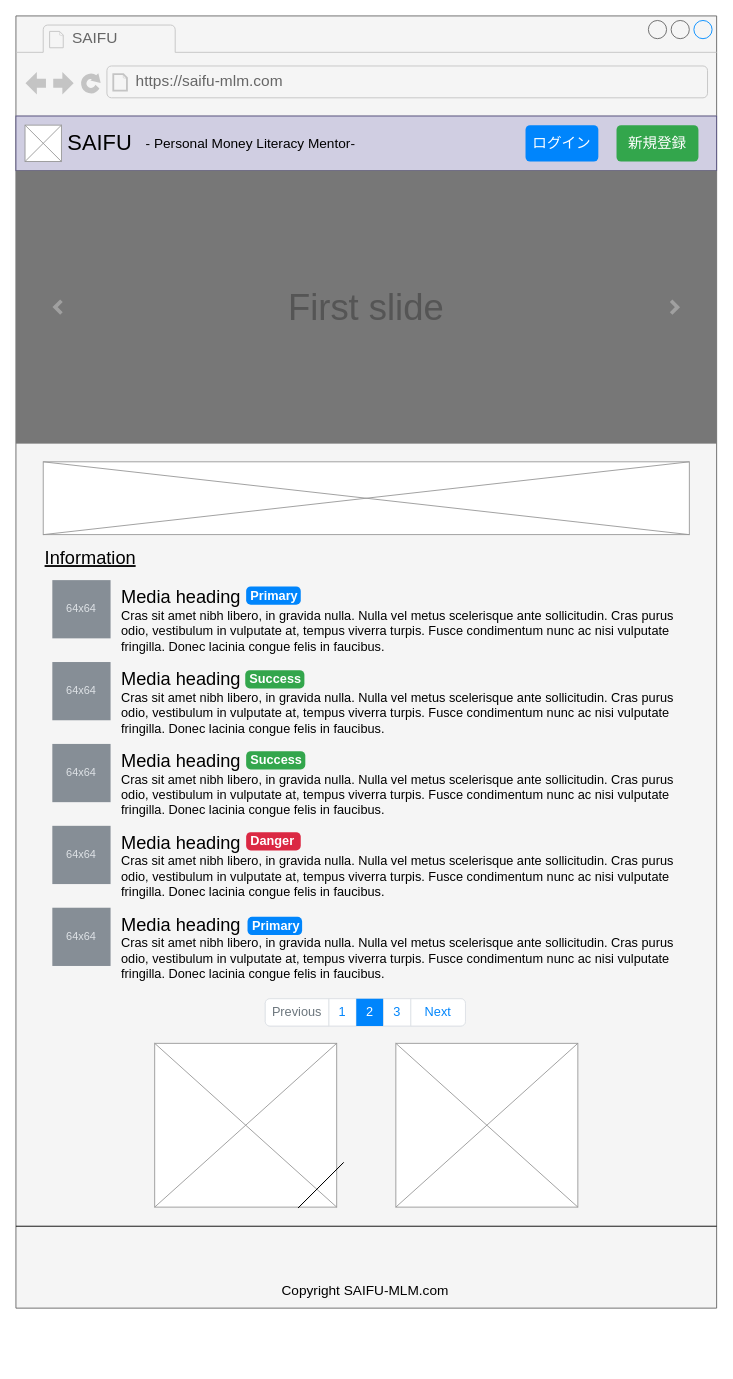
The draw.io diagram page "LandingPage" (5 of 5) of documents/SaifuDesign.drawio in JojiKoike/saifu, before the edit. Source tidied: cells renumbered, new cells numbered last; positions are measured from the earlier drawing's top-left corner, leaving out a move shared by most shapes. Both pictures are drawn from the tidied source at 91%, with x=0, y=0 at pixel (15, 15).
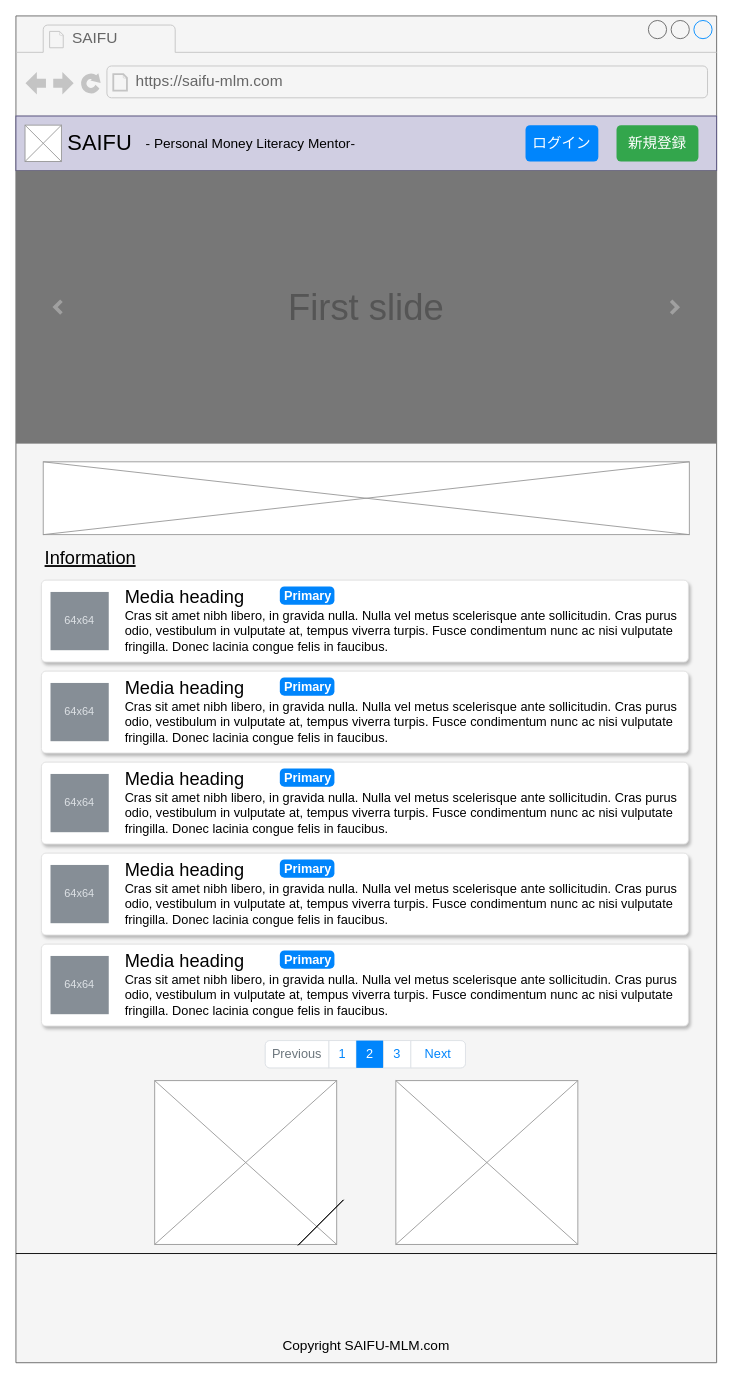
The same page after the edit.

What changed in the source:
```diff
@@
     <mxCell id="2" style="strokeWidth=1;shadow=0;dashed=0;align=center;html=1;shape=mxgraph.mockup.containers.browserWindow;rSize=0;strokeColor=#666666;strokeColor2=#008cff;strokeColor3=#c4c4c4;mainText=,;fillColor=#f5f5f5;fontColor=#333333;" parent="1" vertex="1">
-      <mxGeometry width="770" height="1420" as="geometry" />
+      <mxGeometry width="770" height="1480" as="geometry" />
     </mxCell>
@@
     <mxCell id="9" style="html=1;shadow=0;dashed=0;shape=mxgraph.bootstrap.rrect;rSize=5;strokeColor=#DEE2E6;html=1;whiteSpace=wrap;fillColor=#ffffff;fontColor=#0085FC;fontSize=14;" parent="1" vertex="1">
-      <mxGeometry x="274" y="1080" width="220" height="30" as="geometry" />
+      <mxGeometry x="274" y="1126" width="220" height="30" as="geometry" />
     </mxCell>
@@
-    <mxCell id="15" value="64x64" style="strokeColor=none;html=1;whiteSpace=wrap;fillColor=#868E96;fontColor=#DEE2E6;" parent="1" vertex="1">
-      <mxGeometry x="40" y="620" width="64" height="64" as="geometry" />
-    </mxCell>
-    <mxCell id="16" value="&lt;font style=&quot;font-size: 20px&quot;&gt;Media heading&lt;/font&gt;&lt;br&gt;Cras sit amet nibh libero, in gravida nulla. Nulla vel metus scelerisque ante sollicitudin. Cras purus odio, vestibulum in vulputate at, tempus viverra turpis. Fusce condimentum nunc ac nisi vulputate fringilla. Donec lacinia congue felis in faucibus." style="strokeColor=none;fillColor=none;fontColor=#000000;perimeter=none;whiteSpace=wrap;align=left;spacing=2;fontSize=14;verticalAlign=top;html=1;" parent="1" vertex="1">
-      <mxGeometry x="114" y="620" width="636" height="90" as="geometry" />
-    </mxCell>
@@
-    <mxCell id="18" value="64x64" style="strokeColor=none;html=1;whiteSpace=wrap;fillColor=#868E96;fontColor=#DEE2E6;" parent="1" vertex="1">
-      <mxGeometry x="40" y="710" width="64" height="64" as="geometry" />
-    </mxCell>
-    <mxCell id="19" value="&lt;font style=&quot;font-size: 20px&quot;&gt;Media heading&lt;/font&gt;&lt;br&gt;Cras sit amet nibh libero, in gravida nulla. Nulla vel metus scelerisque ante sollicitudin. Cras purus odio, vestibulum in vulputate at, tempus viverra turpis. Fusce condimentum nunc ac nisi vulputate fringilla. Donec lacinia congue felis in faucibus." style="strokeColor=none;fillColor=none;fontColor=#000000;perimeter=none;whiteSpace=wrap;align=left;spacing=2;fontSize=14;verticalAlign=top;html=1;" parent="1" vertex="1">
-      <mxGeometry x="114" y="710" width="636" height="90" as="geometry" />
-    </mxCell>
-    <mxCell id="20" value="64x64" style="strokeColor=none;html=1;whiteSpace=wrap;fillColor=#868E96;fontColor=#DEE2E6;" parent="1" vertex="1">
-      <mxGeometry x="40" y="800" width="64" height="64" as="geometry" />
-    </mxCell>
-    <mxCell id="21" value="&lt;font style=&quot;font-size: 20px&quot;&gt;Media heading&lt;/font&gt;&lt;br&gt;Cras sit amet nibh libero, in gravida nulla. Nulla vel metus scelerisque ante sollicitudin. Cras purus odio, vestibulum in vulputate at, tempus viverra turpis. Fusce condimentum nunc ac nisi vulputate fringilla. Donec lacinia congue felis in faucibus." style="strokeColor=none;fillColor=none;fontColor=#000000;perimeter=none;whiteSpace=wrap;align=left;spacing=2;fontSize=14;verticalAlign=top;html=1;" parent="1" vertex="1">
-      <mxGeometry x="114" y="800" width="636" height="90" as="geometry" />
-    </mxCell>
@@
-    <mxCell id="25" value="64x64" style="strokeColor=none;html=1;whiteSpace=wrap;fillColor=#868E96;fontColor=#DEE2E6;" parent="1" vertex="1">
-      <mxGeometry x="40" y="890" width="64" height="64" as="geometry" />
-    </mxCell>
-    <mxCell id="26" value="&lt;font style=&quot;font-size: 20px&quot;&gt;Media heading&lt;/font&gt;&lt;br&gt;Cras sit amet nibh libero, in gravida nulla. Nulla vel metus scelerisque ante sollicitudin. Cras purus odio, vestibulum in vulputate at, tempus viverra turpis. Fusce condimentum nunc ac nisi vulputate fringilla. Donec lacinia congue felis in faucibus." style="strokeColor=none;fillColor=none;fontColor=#000000;perimeter=none;whiteSpace=wrap;align=left;spacing=2;fontSize=14;verticalAlign=top;html=1;" parent="1" vertex="1">
-      <mxGeometry x="114" y="890" width="636" height="90" as="geometry" />
-    </mxCell>
-    <mxCell id="27" value="64x64" style="strokeColor=none;html=1;whiteSpace=wrap;fillColor=#868E96;fontColor=#DEE2E6;" parent="1" vertex="1">
-      <mxGeometry x="40" y="980" width="64" height="64" as="geometry" />
-    </mxCell>
-    <mxCell id="28" value="&lt;font style=&quot;font-size: 20px&quot;&gt;Media heading&lt;/font&gt;&lt;br&gt;Cras sit amet nibh libero, in gravida nulla. Nulla vel metus scelerisque ante sollicitudin. Cras purus odio, vestibulum in vulputate at, tempus viverra turpis. Fusce condimentum nunc ac nisi vulputate fringilla. Donec lacinia congue felis in faucibus." style="strokeColor=none;fillColor=none;fontColor=#000000;perimeter=none;whiteSpace=wrap;align=left;spacing=2;fontSize=14;verticalAlign=top;html=1;" parent="1" vertex="1">
-      <mxGeometry x="114" y="980" width="636" height="90" as="geometry" />
-    </mxCell>
     <mxCell id="29" style="verticalLabelPosition=bottom;shadow=0;dashed=0;align=center;html=1;verticalAlign=top;strokeWidth=1;shape=mxgraph.mockup.graphics.simpleIcon;strokeColor=#999999;fontSize=20;fontColor=#000000;" parent="1" vertex="1">
-      <mxGeometry x="152.5" y="1129" width="200" height="180" as="geometry" />
+      <mxGeometry x="152.5" y="1170" width="200" height="180" as="geometry" />
     </mxCell>
     <mxCell id="30" style="verticalLabelPosition=bottom;shadow=0;dashed=0;align=center;html=1;verticalAlign=top;strokeWidth=1;shape=mxgraph.mockup.graphics.simpleIcon;strokeColor=#999999;fontSize=20;fontColor=#000000;" parent="1" vertex="1">
-      <mxGeometry x="417.5" y="1129" width="200" height="180" as="geometry" />
+      <mxGeometry x="417.5" y="1170" width="200" height="180" as="geometry" />
     </mxCell>
@@
     <mxCell id="32" value="Copyright SAIFU-MLM.com" style="text;html=1;strokeColor=none;fillColor=none;align=center;verticalAlign=middle;whiteSpace=wrap;rounded=0;fontSize=15;fontColor=#000000;" parent="1" vertex="1">
-      <mxGeometry x="271" y="1390" width="226" height="20" as="geometry" />
+      <mxGeometry x="272" y="1450" width="226" height="20" as="geometry" />
     </mxCell>
-    <mxCell id="33" value="Primary" style="html=1;shadow=0;dashed=0;shape=mxgraph.bootstrap.rrect;rSize=5;strokeColor=none;strokeWidth=1;fillColor=#0085FC;fontColor=#FFFFFF;whiteSpace=wrap;align=left;verticalAlign=middle;spacingLeft=0;fontStyle=1;fontSize=14;spacing=5;" parent="1" vertex="1">
-      <mxGeometry x="253" y="627" width="60" height="20" as="geometry" />
-    </mxCell>
-    <mxCell id="34" value="Danger" style="html=1;shadow=0;dashed=0;shape=mxgraph.bootstrap.rrect;rSize=5;strokeColor=none;strokeWidth=1;fillColor=#DB2843;fontColor=#FFFFFF;whiteSpace=wrap;align=left;verticalAlign=middle;spacingLeft=0;fontStyle=1;fontSize=14;spacing=5;" parent="1" vertex="1">
-      <mxGeometry x="253" y="897" width="60" height="20" as="geometry" />
-    </mxCell>
-    <mxCell id="35" value="Success" style="html=1;shadow=0;dashed=0;shape=mxgraph.bootstrap.rrect;rSize=5;strokeColor=none;strokeWidth=1;fillColor=#33A64C;fontColor=#FFFFFF;whiteSpace=wrap;align=left;verticalAlign=middle;spacingLeft=0;fontStyle=1;fontSize=14;spacing=5;" parent="1" vertex="1">
-      <mxGeometry x="252" y="719" width="65" height="20" as="geometry" />
-    </mxCell>
-    <mxCell id="36" value="Success" style="html=1;shadow=0;dashed=0;shape=mxgraph.bootstrap.rrect;rSize=5;strokeColor=none;strokeWidth=1;fillColor=#33A64C;fontColor=#FFFFFF;whiteSpace=wrap;align=left;verticalAlign=middle;spacingLeft=0;fontStyle=1;fontSize=14;spacing=5;" parent="1" vertex="1">
-      <mxGeometry x="253" y="808" width="65" height="20" as="geometry" />
-    </mxCell>
-    <mxCell id="37" value="Primary" style="html=1;shadow=0;dashed=0;shape=mxgraph.bootstrap.rrect;rSize=5;strokeColor=none;strokeWidth=1;fillColor=#0085FC;fontColor=#FFFFFF;whiteSpace=wrap;align=left;verticalAlign=middle;spacingLeft=0;fontStyle=1;fontSize=14;spacing=5;" parent="1" vertex="1">
-      <mxGeometry x="254.5" y="990" width="60" height="20" as="geometry" />
-    </mxCell>
     <mxCell id="38" style="endArrow=none;html=1;fontSize=15;fontColor=#000000;" parent="1" edge="1">
       <mxGeometry relative="1" as="geometry">
-        <mxPoint x="310" y="1310" as="sourcePoint" />
-        <mxPoint x="360" y="1260" as="targetPoint" />
+        <mxPoint x="310" y="1351" as="sourcePoint" />
+        <mxPoint x="360" y="1301" as="targetPoint" />
       </mxGeometry>
     </mxCell>
     <mxCell id="39" style="endArrow=none;html=1;fontSize=15;fontColor=#000000;" parent="1" edge="1">
       <mxGeometry relative="1" as="geometry">
-        <mxPoint x="310" y="1310" as="sourcePoint" />
-        <mxPoint x="360" y="1260" as="targetPoint" />
+        <mxPoint x="310" y="1351" as="sourcePoint" />
+        <mxPoint x="360" y="1301" as="targetPoint" />
       </mxGeometry>
     </mxCell>
     <mxCell id="40" style="endArrow=none;html=1;fontSize=15;fontColor=#000000;strokeColor=#000000;" parent="1" edge="1">
       <mxGeometry relative="1" as="geometry">
-        <mxPoint y="1330" as="sourcePoint" />
-        <mxPoint x="770" y="1330" as="targetPoint" />
+        <mxPoint y="1360" as="sourcePoint" />
+        <mxPoint x="770" y="1360" as="targetPoint" />
       </mxGeometry>
     </mxCell>
@@
+    <mxCell id="42" style="group;" parent="1" vertex="1">
+      <mxGeometry x="28" y="620" width="711" height="90" as="geometry" />
+    </mxCell>
+    <mxCell id="43" style="html=1;shadow=1;dashed=0;shape=mxgraph.bootstrap.rrect;rSize=5;strokeColor=#DFDFDF;html=1;whiteSpace=wrap;fillColor=#ffffff;fontColor=#000000;verticalAlign=top;align=left;spacing=20;fontSize=14;spacingLeft=170;" parent="42" vertex="1">
+      <mxGeometry width="711" height="90" as="geometry" />
+    </mxCell>
+    <mxCell id="27" value="64x64" style="strokeColor=none;html=1;whiteSpace=wrap;fillColor=#868E96;fontColor=#DEE2E6;" parent="42" vertex="1">
+      <mxGeometry x="10" y="13" width="64" height="64" as="geometry" />
+    </mxCell>
+    <mxCell id="37" value="Primary" style="html=1;shadow=0;dashed=0;shape=mxgraph.bootstrap.rrect;rSize=5;strokeColor=none;strokeWidth=1;fillColor=#0085FC;fontColor=#FFFFFF;whiteSpace=wrap;align=left;verticalAlign=middle;spacingLeft=0;fontStyle=1;fontSize=14;spacing=5;" parent="42" vertex="1">
+      <mxGeometry x="262" y="7" width="60" height="20" as="geometry" />
+    </mxCell>
+    <mxCell id="28" value="&lt;font style=&quot;font-size: 20px&quot;&gt;Media heading&lt;/font&gt;&lt;br&gt;Cras sit amet nibh libero, in gravida nulla. Nulla vel metus scelerisque ante sollicitudin. Cras purus odio, vestibulum in vulputate at, tempus viverra turpis. Fusce condimentum nunc ac nisi vulputate fringilla. Donec lacinia congue felis in faucibus." style="strokeColor=none;fillColor=none;fontColor=#000000;perimeter=none;whiteSpace=wrap;align=left;spacing=2;fontSize=14;verticalAlign=top;html=1;" parent="42" vertex="1">
+      <mxGeometry x="90" width="621" height="90" as="geometry" />
+    </mxCell>
+    <mxCell id="44" style="group;" parent="1" vertex="1">
+      <mxGeometry x="28" y="720" width="711" height="90" as="geometry" />
+    </mxCell>
+    <mxCell id="45" style="html=1;shadow=1;dashed=0;shape=mxgraph.bootstrap.rrect;rSize=5;strokeColor=#DFDFDF;html=1;whiteSpace=wrap;fillColor=#ffffff;fontColor=#000000;verticalAlign=top;align=left;spacing=20;fontSize=14;spacingLeft=170;" parent="44" vertex="1">
+      <mxGeometry width="711" height="90" as="geometry" />
+    </mxCell>
+    <mxCell id="46" value="64x64" style="strokeColor=none;html=1;whiteSpace=wrap;fillColor=#868E96;fontColor=#DEE2E6;" parent="44" vertex="1">
+      <mxGeometry x="10" y="13" width="64" height="64" as="geometry" />
+    </mxCell>
+    <mxCell id="47" value="Primary" style="html=1;shadow=0;dashed=0;shape=mxgraph.bootstrap.rrect;rSize=5;strokeColor=none;strokeWidth=1;fillColor=#0085FC;fontColor=#FFFFFF;whiteSpace=wrap;align=left;verticalAlign=middle;spacingLeft=0;fontStyle=1;fontSize=14;spacing=5;" parent="44" vertex="1">
+      <mxGeometry x="262" y="7" width="60" height="20" as="geometry" />
+    </mxCell>
+    <mxCell id="48" value="&lt;font style=&quot;font-size: 20px&quot;&gt;Media heading&lt;/font&gt;&lt;br&gt;Cras sit amet nibh libero, in gravida nulla. Nulla vel metus scelerisque ante sollicitudin. Cras purus odio, vestibulum in vulputate at, tempus viverra turpis. Fusce condimentum nunc ac nisi vulputate fringilla. Donec lacinia congue felis in faucibus." style="strokeColor=none;fillColor=none;fontColor=#000000;perimeter=none;whiteSpace=wrap;align=left;spacing=2;fontSize=14;verticalAlign=top;html=1;" parent="44" vertex="1">
+      <mxGeometry x="90" width="621" height="90" as="geometry" />
+    </mxCell>
+    <mxCell id="49" style="group;" parent="1" vertex="1">
+      <mxGeometry x="28" y="820" width="711" height="90" as="geometry" />
+    </mxCell>
+    <mxCell id="50" style="html=1;shadow=1;dashed=0;shape=mxgraph.bootstrap.rrect;rSize=5;strokeColor=#DFDFDF;html=1;whiteSpace=wrap;fillColor=#ffffff;fontColor=#000000;verticalAlign=top;align=left;spacing=20;fontSize=14;spacingLeft=170;" parent="49" vertex="1">
+      <mxGeometry width="711" height="90" as="geometry" />
+    </mxCell>
+    <mxCell id="51" value="64x64" style="strokeColor=none;html=1;whiteSpace=wrap;fillColor=#868E96;fontColor=#DEE2E6;" parent="49" vertex="1">
+      <mxGeometry x="10" y="13" width="64" height="64" as="geometry" />
+    </mxCell>
+    <mxCell id="52" value="Primary" style="html=1;shadow=0;dashed=0;shape=mxgraph.bootstrap.rrect;rSize=5;strokeColor=none;strokeWidth=1;fillColor=#0085FC;fontColor=#FFFFFF;whiteSpace=wrap;align=left;verticalAlign=middle;spacingLeft=0;fontStyle=1;fontSize=14;spacing=5;" parent="49" vertex="1">
+      <mxGeometry x="262" y="7" width="60" height="20" as="geometry" />
+    </mxCell>
+    <mxCell id="53" value="&lt;font style=&quot;font-size: 20px&quot;&gt;Media heading&lt;/font&gt;&lt;br&gt;Cras sit amet nibh libero, in gravida nulla. Nulla vel metus scelerisque ante sollicitudin. Cras purus odio, vestibulum in vulputate at, tempus viverra turpis. Fusce condimentum nunc ac nisi vulputate fringilla. Donec lacinia congue felis in faucibus." style="strokeColor=none;fillColor=none;fontColor=#000000;perimeter=none;whiteSpace=wrap;align=left;spacing=2;fontSize=14;verticalAlign=top;html=1;" parent="49" vertex="1">
+      <mxGeometry x="90" width="621" height="90" as="geometry" />
+    </mxCell>
+    <mxCell id="54" style="group;" parent="1" vertex="1">
+      <mxGeometry x="28" y="920" width="711" height="90" as="geometry" />
+    </mxCell>
+    <mxCell id="55" style="html=1;shadow=1;dashed=0;shape=mxgraph.bootstrap.rrect;rSize=5;strokeColor=#DFDFDF;html=1;whiteSpace=wrap;fillColor=#ffffff;fontColor=#000000;verticalAlign=top;align=left;spacing=20;fontSize=14;spacingLeft=170;" parent="54" vertex="1">
+      <mxGeometry width="711" height="90" as="geometry" />
+    </mxCell>
+    <mxCell id="56" value="64x64" style="strokeColor=none;html=1;whiteSpace=wrap;fillColor=#868E96;fontColor=#DEE2E6;" parent="54" vertex="1">
+      <mxGeometry x="10" y="13" width="64" height="64" as="geometry" />
+    </mxCell>
+    <mxCell id="57" value="Primary" style="html=1;shadow=0;dashed=0;shape=mxgraph.bootstrap.rrect;rSize=5;strokeColor=none;strokeWidth=1;fillColor=#0085FC;fontColor=#FFFFFF;whiteSpace=wrap;align=left;verticalAlign=middle;spacingLeft=0;fontStyle=1;fontSize=14;spacing=5;" parent="54" vertex="1">
+      <mxGeometry x="262" y="7" width="60" height="20" as="geometry" />
+    </mxCell>
+    <mxCell id="58" value="&lt;font style=&quot;font-size: 20px&quot;&gt;Media heading&lt;/font&gt;&lt;br&gt;Cras sit amet nibh libero, in gravida nulla. Nulla vel metus scelerisque ante sollicitudin. Cras purus odio, vestibulum in vulputate at, tempus viverra turpis. Fusce condimentum nunc ac nisi vulputate fringilla. Donec lacinia congue felis in faucibus." style="strokeColor=none;fillColor=none;fontColor=#000000;perimeter=none;whiteSpace=wrap;align=left;spacing=2;fontSize=14;verticalAlign=top;html=1;" parent="54" vertex="1">
+      <mxGeometry x="90" width="621" height="90" as="geometry" />
+    </mxCell>
+    <mxCell id="59" style="group;" parent="1" vertex="1">
+      <mxGeometry x="28" y="1020" width="711" height="90" as="geometry" />
+    </mxCell>
+    <mxCell id="60" style="html=1;shadow=1;dashed=0;shape=mxgraph.bootstrap.rrect;rSize=5;strokeColor=#DFDFDF;html=1;whiteSpace=wrap;fillColor=#ffffff;fontColor=#000000;verticalAlign=top;align=left;spacing=20;fontSize=14;spacingLeft=170;" parent="59" vertex="1">
+      <mxGeometry width="711" height="90" as="geometry" />
+    </mxCell>
+    <mxCell id="61" value="64x64" style="strokeColor=none;html=1;whiteSpace=wrap;fillColor=#868E96;fontColor=#DEE2E6;" parent="59" vertex="1">
+      <mxGeometry x="10" y="13" width="64" height="64" as="geometry" />
+    </mxCell>
+    <mxCell id="62" value="Primary" style="html=1;shadow=0;dashed=0;shape=mxgraph.bootstrap.rrect;rSize=5;strokeColor=none;strokeWidth=1;fillColor=#0085FC;fontColor=#FFFFFF;whiteSpace=wrap;align=left;verticalAlign=middle;spacingLeft=0;fontStyle=1;fontSize=14;spacing=5;" parent="59" vertex="1">
+      <mxGeometry x="262" y="7" width="60" height="20" as="geometry" />
+    </mxCell>
+    <mxCell id="63" value="&lt;font style=&quot;font-size: 20px&quot;&gt;Media heading&lt;/font&gt;&lt;br&gt;Cras sit amet nibh libero, in gravida nulla. Nulla vel metus scelerisque ante sollicitudin. Cras purus odio, vestibulum in vulputate at, tempus viverra turpis. Fusce condimentum nunc ac nisi vulputate fringilla. Donec lacinia congue felis in faucibus." style="strokeColor=none;fillColor=none;fontColor=#000000;perimeter=none;whiteSpace=wrap;align=left;spacing=2;fontSize=14;verticalAlign=top;html=1;" parent="59" vertex="1">
+      <mxGeometry x="90" width="621" height="90" as="geometry" />
+    </mxCell>
```
